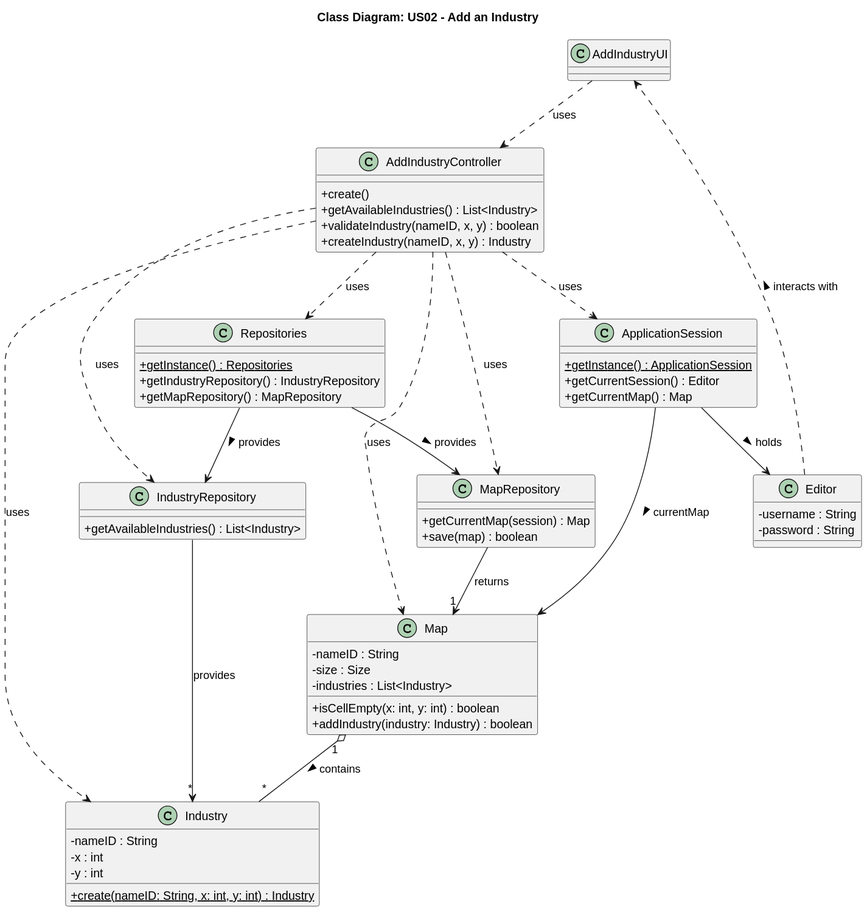
The PlantUML diagram docs/system-documentation/Sprint 2/US02/03.design/svg/US02-CD.svg in HenriqueSilva18/Railway-Network-Simulator, before a commit.
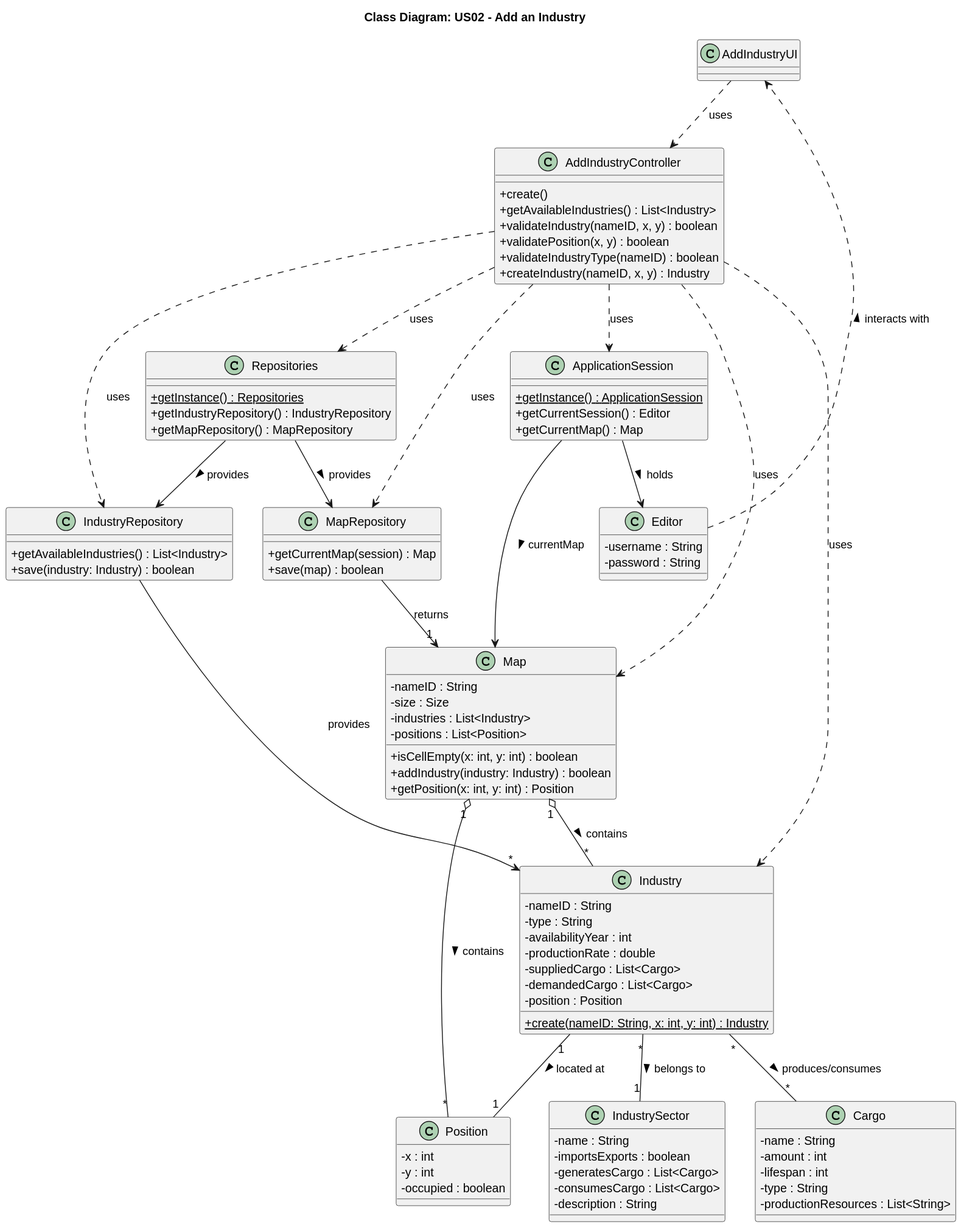
The same file after the commit.

Diff of the diagram source:
```diff
@@ -12,11 +12,14 @@
     + create()
     + getAvailableIndustries() : List<Industry>
     + validateIndustry(nameID, x, y) : boolean
+    + validatePosition(x, y) : boolean
+    + validateIndustryType(nameID) : boolean
     + createIndustry(nameID, x, y) : Industry
 }
 
 class IndustryRepository {
     + getAvailableIndustries() : List<Industry>
+    + save(industry: Industry) : boolean
 }
 
 class MapRepository {
@@ -40,16 +43,44 @@
     - nameID : String
     - size : Size
     - industries : List<Industry>
+    - positions : List<Position>
 
     + isCellEmpty(x: int, y: int) : boolean
     + addIndustry(industry: Industry) : boolean
+    + getPosition(x: int, y: int) : Position
 }
 
 class Industry {
     + {static} create(nameID: String, x: int, y: int) : Industry
     - nameID : String
+    - type : String
+    - availabilityYear : int
+    - productionRate : double
+    - suppliedCargo : List<Cargo>
+    - demandedCargo : List<Cargo>
+    - position : Position
+}
+
+class Position {
     - x : int
     - y : int
+    - occupied : boolean
+}
+
+class IndustrySector {
+    - name : String
+    - importsExports : boolean
+    - generatesCargo : List<Cargo>
+    - consumesCargo : List<Cargo>
+    - description : String
+}
+
+class Cargo {
+    - name : String
+    - amount : int
+    - lifespan : int
+    - type : String
+    - productionResources : List<String>
 }
 
 class Editor {
@@ -66,6 +97,7 @@
 AddIndustryController ..> Industry : uses
 
 Map "1" o-- "*" Industry : contains >
+Map "1" o-- "*" Position : contains >
 MapRepository --> "1" Map : returns
 IndustryRepository --> "*" Industry : provides
 
@@ -76,4 +108,8 @@
 ApplicationSession --> Map : currentMap >
 
 Editor ..> AddIndustryUI : interacts with >
+
+Industry "1" -- "1" Position : located at >
+Industry "*" -- "1" IndustrySector : belongs to >
+Industry "*" -- "*" Cargo : produces/consumes >
 @enduml
```
